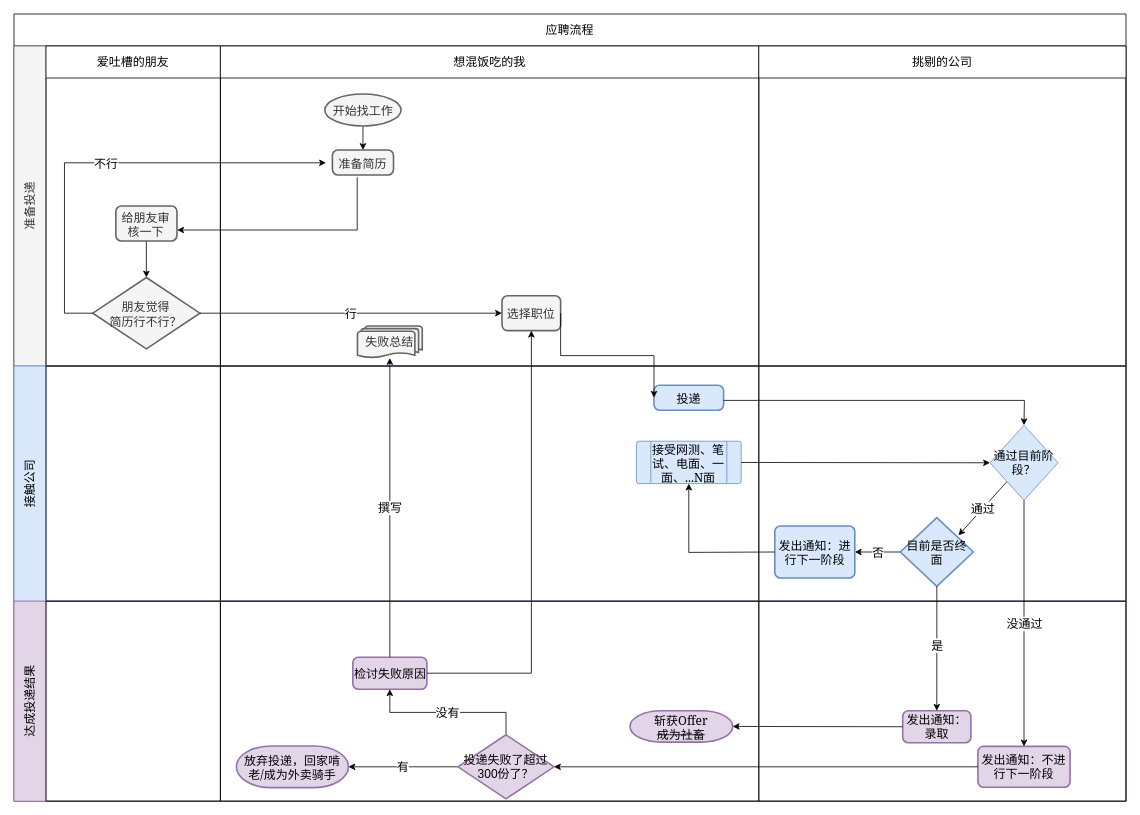
Above: crossJobSeeking.drawio in Ryuuko/drawIo (draw.io), before the change. Source tidied: cells renumbered, new cells numbered last; positions are measured from the earlier drawing's top-left corner, leaving out a move shared by most shapes. Both pictures are drawn from the tidied source at 80%, with x=0, y=0 at pixel (14, 14).
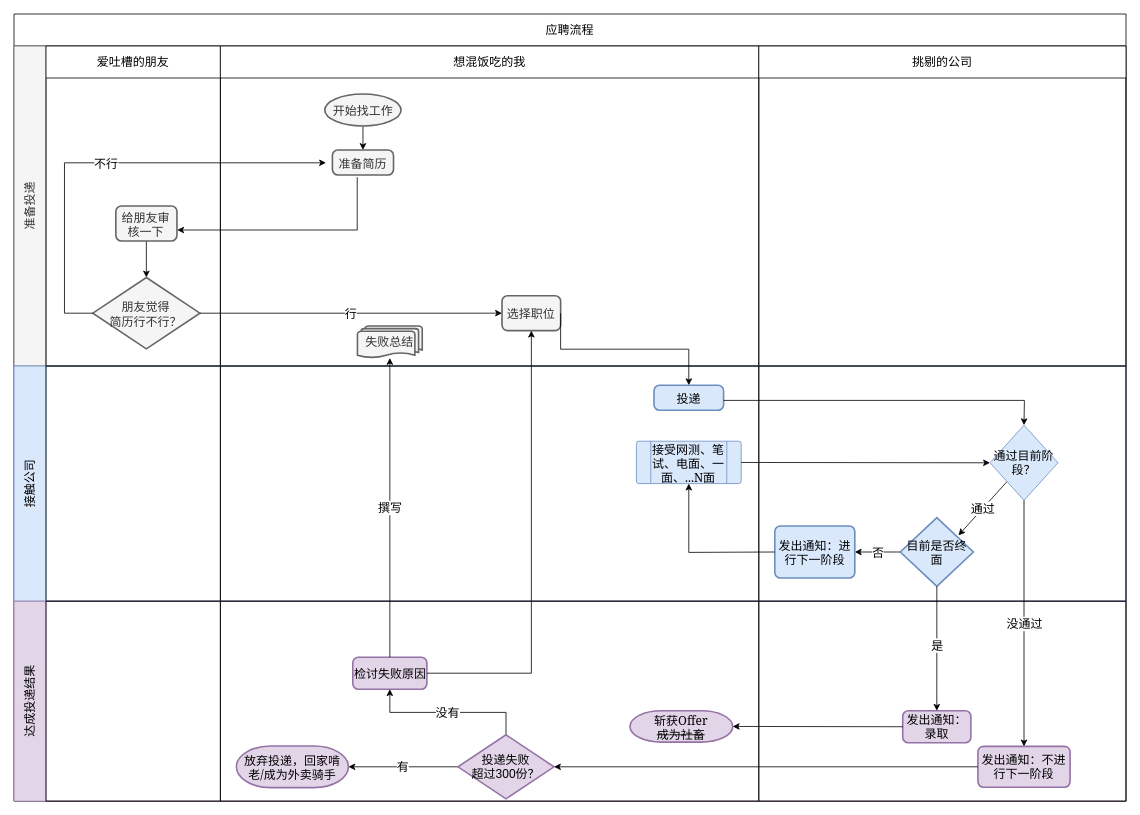
The same page after the edit.

The change refers to these unchanged cells:
```xml
<mxCell id="2" value="应聘流程" style="shape=table;childLayout=tableLayout;rowLines=0;columnLines=0;startSize=40;html=1;whiteSpace=wrap;fontStyle=0;fontSize=15;" parent="1" vertex="1">
  <mxGeometry width="1390" height="984" as="geometry" />
</mxCell>
<mxCell id="12" value="&lt;font style=&quot;font-size: 15px;&quot;&gt;选择职位&lt;/font&gt;" style="rounded=1;whiteSpace=wrap;html=1;absoluteArcSize=1;arcSize=14;strokeWidth=2;fontSize=15;fontFamily=Georgia;fillColor=#f5f5f5;strokeColor=#666666;fontColor=#333333;" parent="8" vertex="1">
  <mxGeometry x="352" y="312.1" width="73.3" height="43.7" as="geometry" />
</mxCell>
<mxCell id="22" value="投递" style="rounded=1;whiteSpace=wrap;html=1;absoluteArcSize=1;arcSize=14;strokeWidth=2;fontSize=15;fontFamily=Georgia;fillColor=#dae8fc;strokeColor=#6c8ebf;" parent="20" vertex="1">
  <mxGeometry x="542" y="24" width="87" height="31.3" as="geometry" />
</mxCell>
<mxCell id="35" style="swimlane;startSize=0;html=1;whiteSpace=wrap;fontSize=15;" parent="33" vertex="1">
  <mxGeometry x="258" width="673" height="250" as="geometry" />
</mxCell>
```

What changed in the source:
```diff
@@
-    <mxCell id="41" value="&lt;font style=&quot;font-size: 15px;&quot;&gt;投递失败了超过300份了？&lt;/font&gt;" style="strokeWidth=2;html=1;shape=mxgraph.flowchart.decision;whiteSpace=wrap;fontSize=15;fillColor=#e1d5e7;strokeColor=#9673a6;" parent="35" vertex="1">
+    <mxCell id="41" value="&lt;font style=&quot;font-size: 15px&quot;&gt;投递失败&lt;br&gt;超过300份？&lt;/font&gt;" style="strokeWidth=2;html=1;shape=mxgraph.flowchart.decision;whiteSpace=wrap;fontSize=15;fillColor=#e1d5e7;strokeColor=#9673a6;" parent="35" vertex="1">
       <mxGeometry x="297" y="167" width="120" height="80" as="geometry" />
     </mxCell>
@@
-    <mxCell id="53" style="rounded=0;jettySize=auto;elbow=vertical;html=1;entryX=0;entryY=0.5;entryDx=0;entryDy=0;fontSize=15;exitX=1;exitY=0.5;exitDx=0;exitDy=0;edgeStyle=elbowEdgeStyle;" parent="2" edge="1" source="12" target="22">
+    <mxCell id="53" style="rounded=0;jettySize=auto;elbow=vertical;html=1;entryX=0.5;entryY=0;entryDx=0;entryDy=0;fontSize=15;exitX=1;exitY=0.5;exitDx=0;exitDy=0;edgeStyle=elbowEdgeStyle;" parent="2" edge="1" source="12" target="22">
       <mxGeometry relative="1" as="geometry" />
     </mxCell>
```
